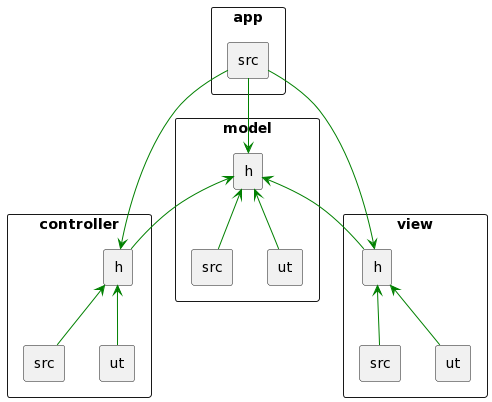
Earlier version of the PlantUML export plant_uml/arch_dir_dep.png (ichiroprogrammer/comprehensive_cpp).
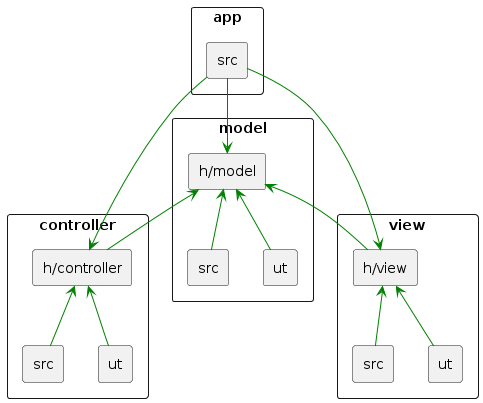
After the commit.

Change to the diagram source:
```diff
@@ -4,19 +4,19 @@
 }
 
 rectangle controller {
-    rectangle  h as controller_h
+    rectangle  "h/controller" as controller_h
     rectangle  src as controller_src
     rectangle  ut as controller_ut
 }
 
 rectangle model {
-    rectangle  h as model_h
+    rectangle  "h/model" as model_h
     rectangle  src as model_src
     rectangle  ut as model_ut
 }
 
 rectangle view {
-    rectangle  h as view_h
+    rectangle  "h/view" as view_h
     rectangle  src as view_src
     rectangle  ut as view_ut
 }
```
